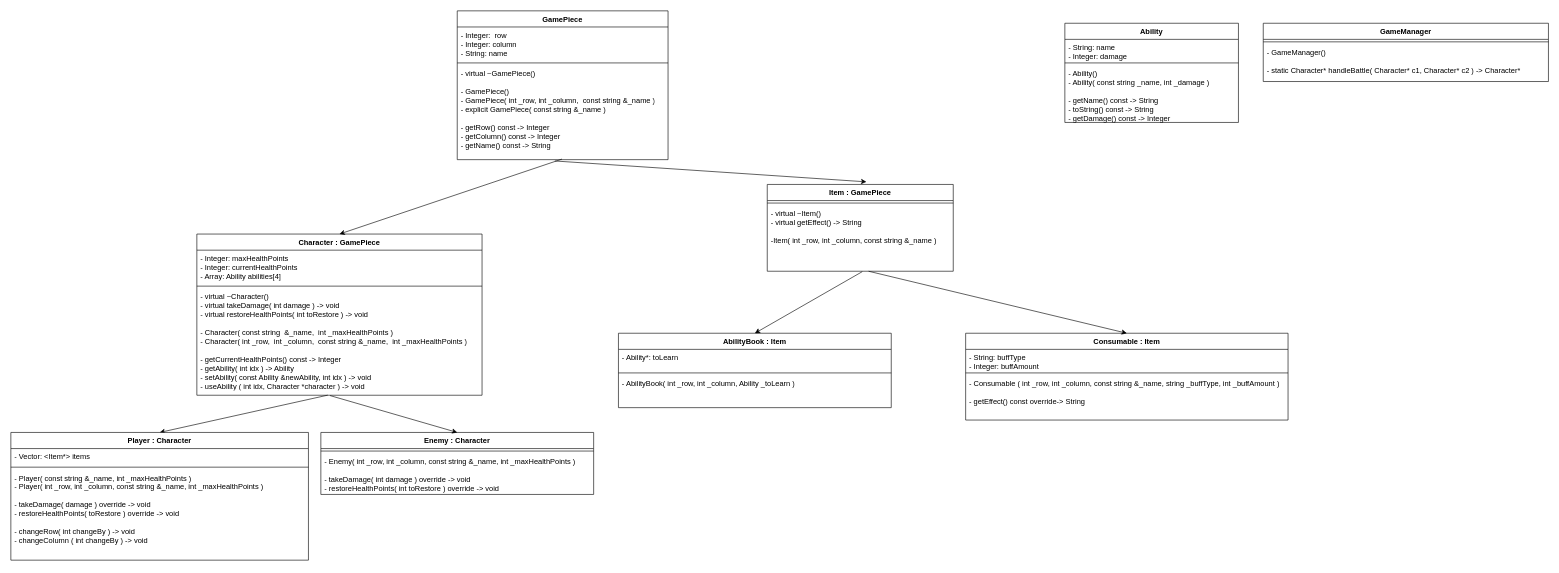
This is cli_game.drawio from klovelace21/cli_game, a draw.io file, before an edit. Source tidied: cells renumbered, new cells numbered last; positions are measured from the earlier drawing's top-left corner, leaving out a move shared by most shapes. Both pictures are drawn from the tidied source at 62%, with x=0, y=0 at pixel (11, 11).
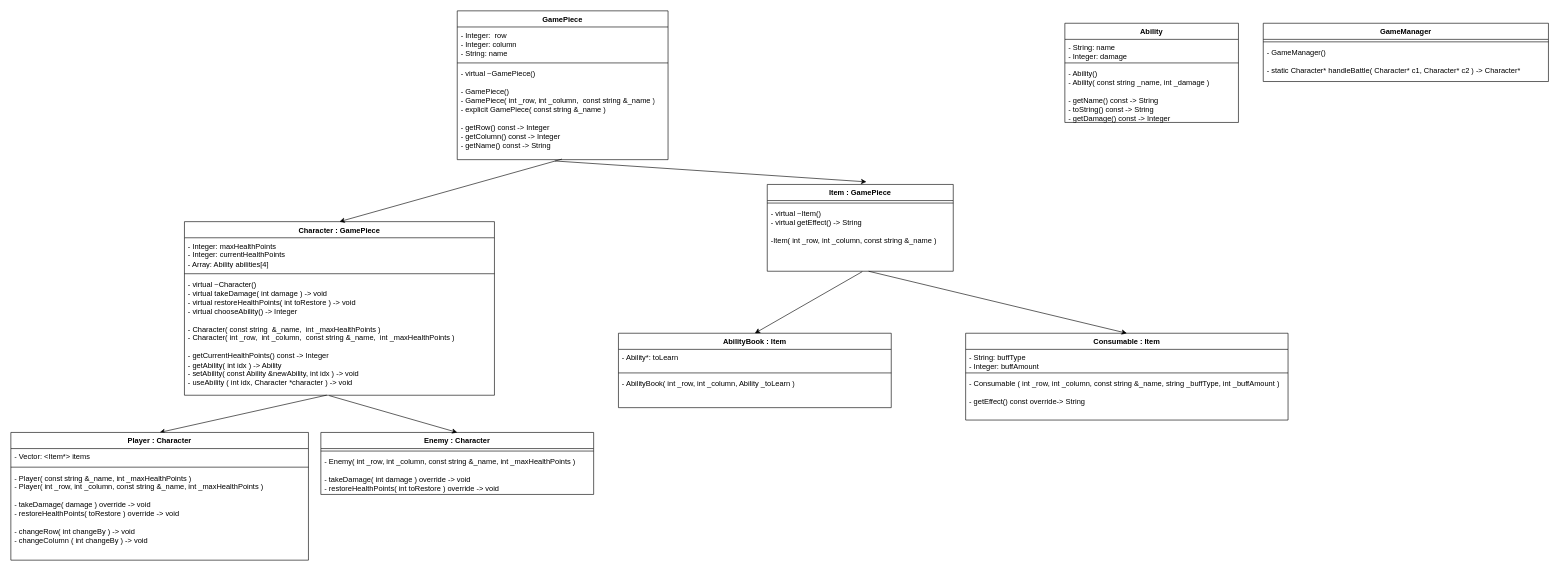
After the change.

Commit message (it also covers changes not shown here):
choose ability player implementation

Change to the diagram source:
```diff
@@
     <mxCell id="6" value="Character : GamePiece" style="swimlane;fontStyle=1;align=center;verticalAlign=top;horizontal=1;startSize=26;whiteSpace=wrap;html=1;" parent="1" vertex="1">
-      <mxGeometry x="300" y="360" width="460" height="260" as="geometry" />
+      <mxGeometry x="280" y="340" width="500" height="280" as="geometry" />
     </mxCell>
     <mxCell id="7" value="- Integer: maxHealthPoints&lt;br&gt;- Integer: currentHealthPoints&lt;br&gt;- Array: Ability abilities[4]" style="text;strokeColor=none;fillColor=none;align=left;verticalAlign=top;spacingLeft=4;spacingRight=4;overflow=hidden;whiteSpace=wrap;html=1;" parent="6" vertex="1">
-      <mxGeometry y="26" width="460" height="54" as="geometry" />
+      <mxGeometry y="26" width="500" height="54" as="geometry" />
     </mxCell>
     <mxCell id="8" style="line;strokeWidth=1;fillColor=none;align=left;verticalAlign=middle;spacingTop=-1;spacingLeft=3;spacingRight=3;labelPosition=right;strokeColor=inherit;" parent="6" vertex="1">
-      <mxGeometry y="80" width="460" height="8" as="geometry" />
+      <mxGeometry y="80" width="500" height="8" as="geometry" />
     </mxCell>
-    <mxCell id="9" value="- virtual ~Character()&lt;br&gt;- virtual takeDamage( int damage ) -&amp;gt; void&lt;br style=&quot;border-color: var(--border-color);&quot;&gt;- virtual restoreHealthPoints( int toRestore ) -&amp;gt; void&lt;br&gt;&lt;br&gt;- Character( const string&amp;nbsp; &amp;amp;_name,&amp;nbsp; int _maxHealthPoints )&lt;br&gt;- Character( int _row,&amp;nbsp; int _column,&amp;nbsp; const string &amp;amp;_name,&amp;nbsp; int _maxHealthPoints )&lt;br&gt;&lt;br&gt;- getCurrentHealthPoints() const -&amp;gt; Integer&lt;br&gt;- getAbility( int idx ) -&amp;gt; Ability&lt;br&gt;- setAbility( const Ability &amp;amp;newAbility, int idx ) -&amp;gt; void&lt;br&gt;- useAbility ( int idx, Character *character ) -&amp;gt; void" style="text;strokeColor=none;fillColor=none;align=left;verticalAlign=top;spacingLeft=4;spacingRight=4;overflow=hidden;points=[[0,0.5],[1,0.5]];portConstraint=eastwest;whiteSpace=wrap;html=1;" parent="6" vertex="1">
-      <mxGeometry y="88" width="460" height="172" as="geometry" />
+    <mxCell id="9" value="- virtual ~Character()&lt;br&gt;- virtual takeDamage( int damage ) -&amp;gt; void&lt;br style=&quot;border-color: var(--border-color);&quot;&gt;- virtual restoreHealthPoints( int toRestore ) -&amp;gt; void&lt;br&gt;- virtual chooseAbility() -&amp;gt; Integer&lt;br&gt;&lt;br&gt;- Character( const string&amp;nbsp; &amp;amp;_name,&amp;nbsp; int _maxHealthPoints )&lt;br&gt;- Character( int _row,&amp;nbsp; int _column,&amp;nbsp; const string &amp;amp;_name,&amp;nbsp; int _maxHealthPoints )&lt;br&gt;&lt;br&gt;- getCurrentHealthPoints() const -&amp;gt; Integer&lt;br&gt;- getAbility( int idx ) -&amp;gt; Ability&lt;br&gt;- setAbility( const Ability &amp;amp;newAbility, int idx ) -&amp;gt; void&lt;br&gt;- useAbility ( int idx, Character *character ) -&amp;gt; void" style="text;strokeColor=none;fillColor=none;align=left;verticalAlign=top;spacingLeft=4;spacingRight=4;overflow=hidden;points=[[0,0.5],[1,0.5]];portConstraint=eastwest;whiteSpace=wrap;html=1;" parent="6" vertex="1">
+      <mxGeometry y="88" width="500" height="192" as="geometry" />
     </mxCell>
```
